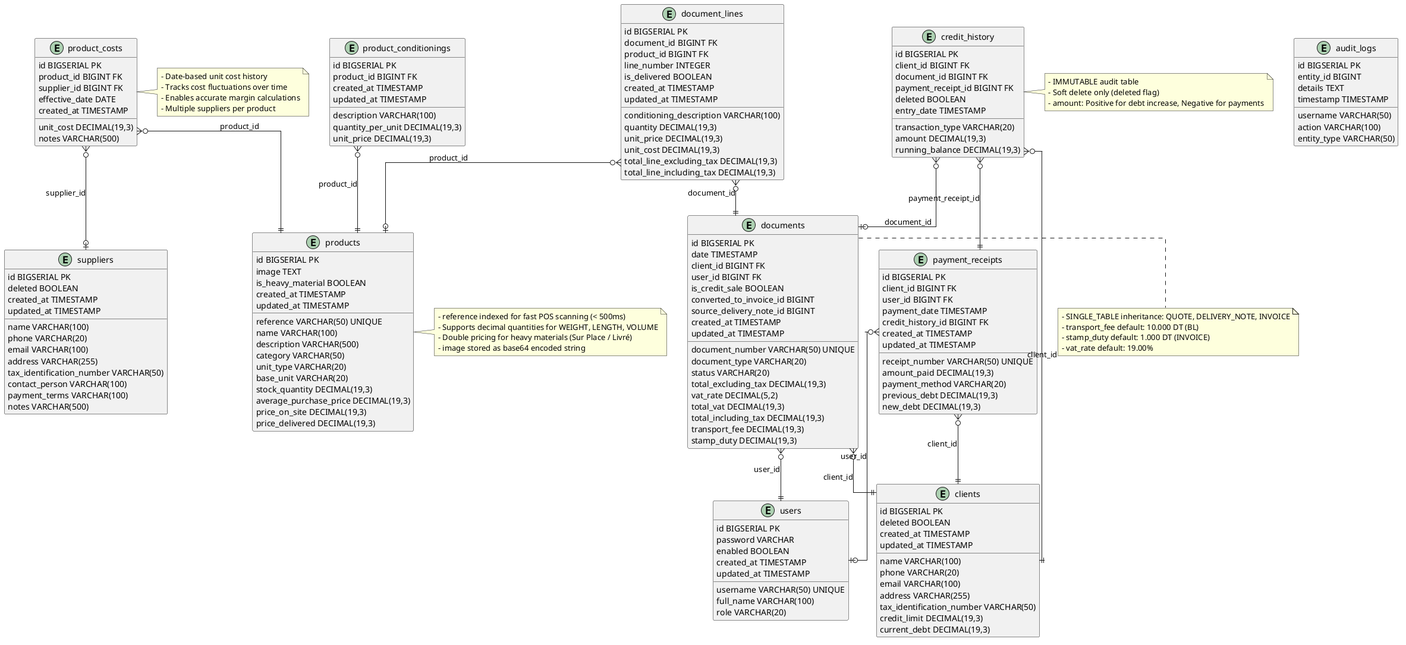
The PlantUML diagram docs/images/Hardware-Store-Database-Schema.png in mAmineChniti/hardware_store, before a commit.
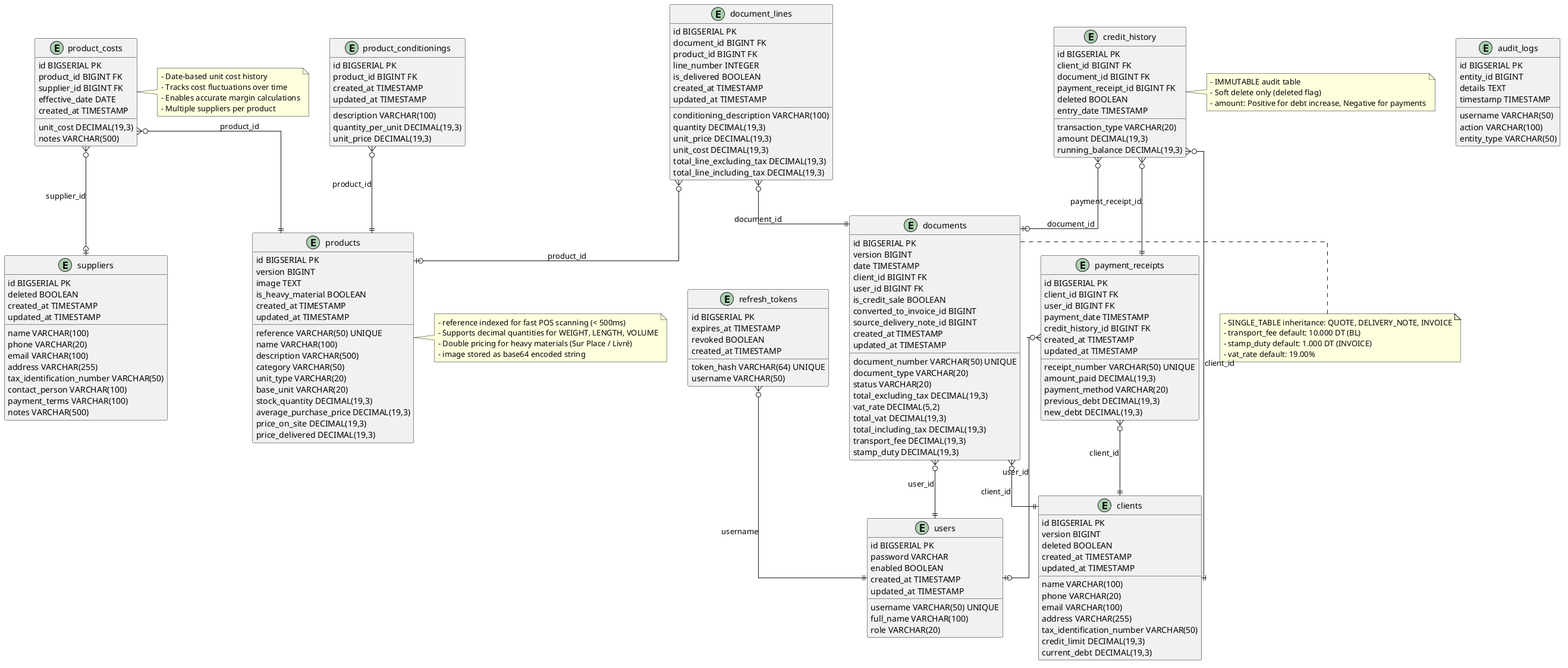
After the commit.

What changed in the source:
```diff
@@ -20,6 +20,7 @@
 
 entity clients {
   id BIGSERIAL PK
+  version BIGINT
   name VARCHAR(100)
   phone VARCHAR(20)
   email VARCHAR(100)
@@ -49,6 +50,7 @@
 
 entity products {
   id BIGSERIAL PK
+  version BIGINT
   reference VARCHAR(50) UNIQUE
   name VARCHAR(100)
   description VARCHAR(500)
@@ -87,6 +89,7 @@
 
 entity documents {
   id BIGSERIAL PK
+  version BIGINT
   document_number VARCHAR(50) UNIQUE
   date TIMESTAMP
   document_type VARCHAR(20)
@@ -159,6 +162,15 @@
   timestamp TIMESTAMP
 }
 
+entity refresh_tokens {
+  id BIGSERIAL PK
+  token_hash VARCHAR(64) UNIQUE
+  username VARCHAR(50)
+  expires_at TIMESTAMP
+  revoked BOOLEAN
+  created_at TIMESTAMP
+}
+
 
 product_conditionings }o--|| products : "product_id"
 product_costs }o--|| products : "product_id"
@@ -172,6 +184,7 @@
 credit_history }o--|| clients : "client_id"
 credit_history }o--o| documents : "document_id"
 credit_history }o--|| payment_receipts : "payment_receipt_id"
+refresh_tokens }o--|| users : "username"
 
 
 note right of products
```
